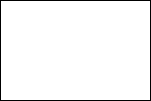
Above: high_level_alexnet.png in abhinavnandwani/arm-llama2-asic (draw.io), before the change. Source tidied: cells renumbered, new cells last; positions are measured from the earlier drawing's top-left corner, leaving out a move shared by most shapes.
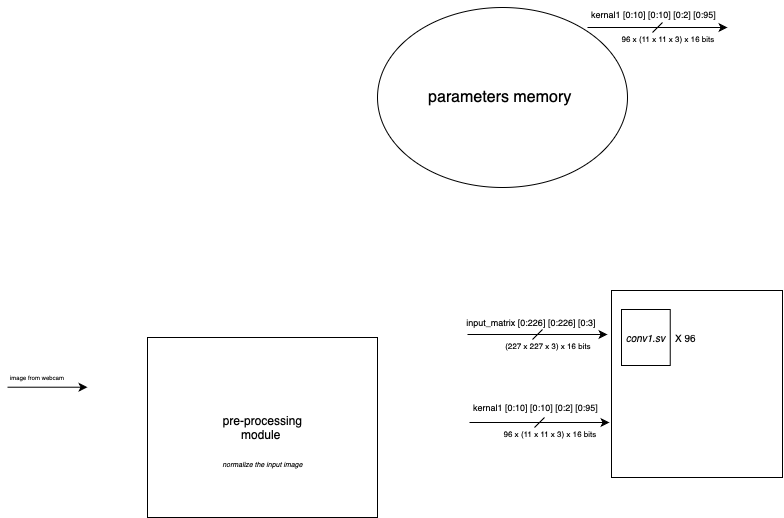
The same file after the commit.

The edit, as a diff of the source:
```diff
@@ -3,7 +3,91 @@
     <mxCell id="0" />
     <mxCell id="1" parent="0" />
     <mxCell id="2" style="rounded=0;whiteSpace=wrap;html=1;" parent="1" vertex="1">
-      <mxGeometry width="150" height="100" as="geometry" />
+      <mxGeometry width="230" height="180" as="geometry" />
     </mxCell>
+    <mxCell id="3" style="endArrow=classic;html=1;rounded=0;" parent="1" edge="1">
+      <mxGeometry relative="1" as="geometry">
+        <mxPoint x="-140" y="49.7" as="sourcePoint" />
+        <mxPoint x="-60" y="49.7" as="targetPoint" />
+      </mxGeometry>
+    </mxCell>
+    <mxCell id="4" value="&lt;font style=&quot;font-size: 6px;&quot;&gt;image from webcam&lt;/font&gt;" style="text;html=1;align=center;verticalAlign=middle;whiteSpace=wrap;rounded=0;" parent="1" vertex="1">
+      <mxGeometry x="-140" y="33" width="60" height="10" as="geometry" />
+    </mxCell>
+    <mxCell id="5" value="pre-processing module&amp;nbsp;" style="text;html=1;align=center;verticalAlign=middle;whiteSpace=wrap;rounded=0;" parent="1" vertex="1">
+      <mxGeometry x="67.5" y="75" width="95" height="30" as="geometry" />
+    </mxCell>
+    <mxCell id="6" value="&lt;i&gt;&lt;font style=&quot;font-size: 7px;&quot;&gt;normalize the input image&lt;/font&gt;&lt;/i&gt;" style="text;html=1;align=center;verticalAlign=middle;whiteSpace=wrap;rounded=0;" parent="1" vertex="1">
+      <mxGeometry x="63.5" y="110" width="103" height="30" as="geometry" />
+    </mxCell>
+    <mxCell id="7" style="rounded=0;whiteSpace=wrap;html=1;" parent="1" vertex="1">
+      <mxGeometry x="464" y="-47" width="171" height="187" as="geometry" />
+    </mxCell>
+    <mxCell id="8" value="&lt;font style=&quot;font-size: 9px;&quot;&gt;input_matrix [0:226] [0:226] [0:3]&lt;/font&gt;" style="text;html=1;align=center;verticalAlign=middle;whiteSpace=wrap;rounded=0;" parent="1" vertex="1">
+      <mxGeometry x="298" y="-31" width="172" height="30" as="geometry" />
+    </mxCell>
+    <mxCell id="9" value="&lt;font style=&quot;font-size: 16px;&quot;&gt;parameters memory&amp;nbsp;&lt;/font&gt;" style="ellipse;whiteSpace=wrap;html=1;" parent="1" vertex="1">
+      <mxGeometry x="230" y="-330" width="250" height="180" as="geometry" />
+    </mxCell>
+    <mxCell id="10" style="endArrow=classic;html=1;rounded=0;" parent="1" edge="1">
+      <mxGeometry relative="1" as="geometry">
+        <mxPoint x="440" y="-310" as="sourcePoint" />
+        <mxPoint x="580" y="-310" as="targetPoint" />
+      </mxGeometry>
+    </mxCell>
+    <mxCell id="11" value="&lt;font style=&quot;font-size: 9px;&quot;&gt;kernal1 [0:10] [0:10] [0:2] [0:95]&lt;/font&gt;" style="text;html=1;align=center;verticalAlign=middle;strokeColor=none;fillColor=none;" parent="1" vertex="1">
+      <mxGeometry x="434" y="-337" width="143" height="26" as="geometry" />
+    </mxCell>
+    <mxCell id="12" style="endArrow=none;html=1;rounded=0;" parent="1" edge="1">
+      <mxGeometry relative="1" as="geometry">
+        <mxPoint x="505" y="-305" as="sourcePoint" />
+        <mxPoint x="515" y="-315" as="targetPoint" />
+      </mxGeometry>
+    </mxCell>
+    <mxCell id="13" value="&lt;font style=&quot;font-size: 8px;&quot;&gt;96 x (11 x 11 x 3) x 16 bits&lt;/font&gt;" style="text;html=1;align=center;verticalAlign=middle;whiteSpace=wrap;rounded=0;" parent="1" vertex="1">
+      <mxGeometry x="470" y="-315" width="102" height="30" as="geometry" />
+    </mxCell>
+    <mxCell id="14" style="endArrow=classic;html=1;rounded=0;" parent="1" edge="1">
+      <mxGeometry relative="1" as="geometry">
+        <mxPoint x="322" y="85" as="sourcePoint" />
+        <mxPoint x="462" y="85" as="targetPoint" />
+      </mxGeometry>
+    </mxCell>
+    <mxCell id="15" style="endArrow=none;html=1;rounded=0;" parent="1" edge="1">
+      <mxGeometry relative="1" as="geometry">
+        <mxPoint x="387" y="90" as="sourcePoint" />
+        <mxPoint x="397" y="80" as="targetPoint" />
+      </mxGeometry>
+    </mxCell>
+    <mxCell id="16" value="&lt;font style=&quot;font-size: 8px;&quot;&gt;96 x (11 x 11 x 3) x 16 bits&lt;/font&gt;" style="text;html=1;align=center;verticalAlign=middle;whiteSpace=wrap;rounded=0;" parent="1" vertex="1">
+      <mxGeometry x="352" y="80" width="102" height="30" as="geometry" />
+    </mxCell>
+    <mxCell id="17" value="&lt;font style=&quot;font-size: 9px;&quot;&gt;kernal1 [0:10] [0:10] [0:2] [0:95]&lt;/font&gt;" style="text;html=1;align=center;verticalAlign=middle;strokeColor=none;fillColor=none;" parent="1" vertex="1">
+      <mxGeometry x="316" y="55.5" width="143" height="26" as="geometry" />
+    </mxCell>
+    <mxCell id="18" style="endArrow=classic;html=1;rounded=0;" parent="1" edge="1">
+      <mxGeometry relative="1" as="geometry">
+        <mxPoint x="320" y="-3" as="sourcePoint" />
+        <mxPoint x="460" y="-3" as="targetPoint" />
+      </mxGeometry>
+    </mxCell>
+    <mxCell id="19" style="endArrow=none;html=1;rounded=0;" parent="1" edge="1">
+      <mxGeometry relative="1" as="geometry">
+        <mxPoint x="385" y="2" as="sourcePoint" />
+        <mxPoint x="395" y="-8" as="targetPoint" />
+      </mxGeometry>
+    </mxCell>
+    <mxCell id="20" value="&lt;font style=&quot;font-size: 8px;&quot;&gt;(227 x 227 x 3) x 16 bits&lt;/font&gt;" style="text;html=1;align=center;verticalAlign=middle;whiteSpace=wrap;rounded=0;" parent="1" vertex="1">
+      <mxGeometry x="350" y="-8" width="102" height="30" as="geometry" />
+    </mxCell>
+    <mxCell id="21" style="group;" parent="1" vertex="1">
+      <mxGeometry x="474" y="-28" width="80" height="56" as="geometry" />
+    </mxCell>
+    <mxCell id="22" value="&lt;i&gt;&lt;font style=&quot;font-size: 10px;&quot;&gt;conv1.sv&lt;/font&gt;&lt;/i&gt;" style="rounded=0;whiteSpace=wrap;html=1;" parent="21" vertex="1">
+      <mxGeometry width="48.7" height="56" as="geometry" />
+    </mxCell>
+    <mxCell id="23" value="&lt;font style=&quot;font-size: 10px;&quot;&gt;X 96&lt;/font&gt;" style="text;html=1;align=center;verticalAlign=middle;whiteSpace=wrap;rounded=0;" parent="21" vertex="1">
+      <mxGeometry x="48.7" y="14.7" width="31.3" height="26.7" as="geometry" />
+    </mxCell>
   </root>
 </mxGraphModel>
```
